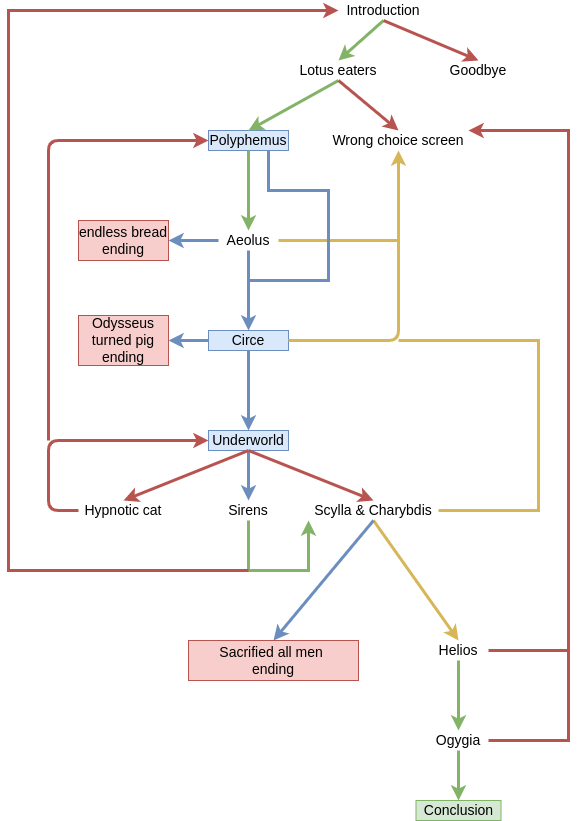
Before: Odyssey.png, a diagram exported from draw.io (dansolombrino/OdyssPy-proficient). Source tidied: cells renumbered, new cells last; positions are measured from the earlier drawing's top-left corner, leaving out a move shared by most shapes. The source it was exported from:
```xml
<mxGraphModel>
  <root>
    <mxCell id="0" />
    <mxCell id="1" parent="0" />
    <mxCell id="2" value="&lt;font style=&quot;font-size: 14px&quot;&gt;Introduction&lt;/font&gt;" style="text;html=1;strokeColor=none;fillColor=none;align=center;verticalAlign=middle;whiteSpace=wrap;rounded=0;" parent="1" vertex="1">
      <mxGeometry x="330" width="90" height="20" as="geometry" />
    </mxCell>
    <mxCell id="3" value="&lt;font style=&quot;font-size: 14px&quot;&gt;Lotus eaters&lt;/font&gt;" style="text;html=1;strokeColor=none;fillColor=none;align=center;verticalAlign=middle;whiteSpace=wrap;rounded=0;" parent="1" vertex="1">
      <mxGeometry x="290" y="60" width="80" height="20" as="geometry" />
    </mxCell>
    <mxCell id="4" style="endArrow=classic;html=1;exitX=0.5;exitY=1;exitDx=0;exitDy=0;entryX=0.5;entryY=0;entryDx=0;entryDy=0;fillColor=#d5e8d4;strokeColor=#82b366;strokeWidth=3;" parent="1" edge="1" source="2" target="3">
      <mxGeometry relative="1" as="geometry" />
    </mxCell>
    <mxCell id="5" value="&lt;font style=&quot;font-size: 14px&quot;&gt;Goodbye&lt;/font&gt;" style="text;html=1;strokeColor=none;fillColor=none;align=center;verticalAlign=middle;whiteSpace=wrap;rounded=0;" parent="1" vertex="1">
      <mxGeometry x="440" y="60" width="60" height="20" as="geometry" />
    </mxCell>
    <mxCell id="6" style="endArrow=classic;html=1;exitX=0.5;exitY=1;exitDx=0;exitDy=0;entryX=0.5;entryY=0;entryDx=0;entryDy=0;strokeWidth=3;fillColor=#f8cecc;strokeColor=#b85450;" parent="1" edge="1" source="2" target="5">
      <mxGeometry relative="1" as="geometry" />
    </mxCell>
    <mxCell id="7" value="&lt;font style=&quot;font-size: 14px&quot;&gt;Polyphemus&lt;/font&gt;" style="text;html=1;strokeColor=#6c8ebf;fillColor=#dae8fc;align=center;verticalAlign=middle;whiteSpace=wrap;rounded=0;" parent="1" vertex="1">
      <mxGeometry x="200" y="130" width="80" height="20" as="geometry" />
    </mxCell>
    <mxCell id="8" value="&lt;font style=&quot;font-size: 14px&quot;&gt;Wrong choice screen&lt;/font&gt;" style="text;html=1;strokeColor=none;fillColor=none;align=center;verticalAlign=middle;whiteSpace=wrap;rounded=0;" parent="1" vertex="1">
      <mxGeometry x="320" y="130" width="140" height="20" as="geometry" />
    </mxCell>
    <mxCell id="9" style="endArrow=classic;html=1;exitX=0.5;exitY=1;exitDx=0;exitDy=0;entryX=0.5;entryY=0;entryDx=0;entryDy=0;fillColor=#d5e8d4;strokeColor=#82b366;strokeWidth=3;" parent="1" edge="1" source="3" target="7">
      <mxGeometry relative="1" as="geometry" />
    </mxCell>
    <mxCell id="10" style="endArrow=classic;html=1;exitX=0.5;exitY=1;exitDx=0;exitDy=0;entryX=0.5;entryY=0;entryDx=0;entryDy=0;fillColor=#f8cecc;strokeColor=#b85450;strokeWidth=3;" parent="1" edge="1" source="3" target="8">
      <mxGeometry relative="1" as="geometry" />
    </mxCell>
    <mxCell id="11" value="&lt;font style=&quot;font-size: 14px&quot;&gt;Aeolus&lt;/font&gt;" style="text;html=1;strokeColor=none;fillColor=none;align=center;verticalAlign=middle;whiteSpace=wrap;rounded=0;" parent="1" vertex="1">
      <mxGeometry x="210" y="230" width="60" height="20" as="geometry" />
    </mxCell>
    <mxCell id="12" style="endArrow=classic;html=1;exitX=0.5;exitY=1;exitDx=0;exitDy=0;fillColor=#d5e8d4;strokeColor=#82b366;strokeWidth=3;" parent="1" edge="1" source="7">
      <mxGeometry relative="1" as="geometry">
        <mxPoint x="240" y="230" as="targetPoint" />
      </mxGeometry>
    </mxCell>
    <mxCell id="13" value="&lt;font style=&quot;font-size: 14px&quot;&gt;Circe&lt;/font&gt;" style="text;html=1;strokeColor=#6c8ebf;fillColor=#dae8fc;align=center;verticalAlign=middle;whiteSpace=wrap;rounded=0;" parent="1" vertex="1">
      <mxGeometry x="200" y="330" width="80" height="20" as="geometry" />
    </mxCell>
    <mxCell id="14" style="endArrow=classic;html=1;exitX=0.5;exitY=1;exitDx=0;exitDy=0;fillColor=#dae8fc;strokeColor=#6c8ebf;strokeWidth=3;" parent="1" edge="1">
      <mxGeometry relative="1" as="geometry">
        <mxPoint x="240" y="250" as="sourcePoint" />
        <mxPoint x="240" y="330" as="targetPoint" />
      </mxGeometry>
    </mxCell>
    <mxCell id="15" style="endArrow=classic;html=1;strokeWidth=3;exitX=1;exitY=0.5;exitDx=0;exitDy=0;fillColor=#fff2cc;strokeColor=#d6b656;entryX=0.5;entryY=1;entryDx=0;entryDy=0;" parent="1" edge="1" target="8">
      <mxGeometry relative="1" as="geometry">
        <mxPoint x="280" y="340" as="sourcePoint" />
        <Array as="points">
          <mxPoint x="390" y="340" />
        </Array>
      </mxGeometry>
    </mxCell>
    <mxCell id="16" value="&lt;span style=&quot;font-size: 14px&quot;&gt;Underworld&lt;/span&gt;" style="text;html=1;strokeColor=#6c8ebf;fillColor=#dae8fc;align=center;verticalAlign=middle;whiteSpace=wrap;rounded=0;" parent="1" vertex="1">
      <mxGeometry x="200" y="430" width="80" height="20" as="geometry" />
    </mxCell>
    <mxCell id="17" style="endArrow=classic;html=1;exitX=0.5;exitY=1;exitDx=0;exitDy=0;fillColor=#dae8fc;strokeColor=#6c8ebf;strokeWidth=3;" parent="1" edge="1">
      <mxGeometry relative="1" as="geometry">
        <mxPoint x="240" y="350" as="sourcePoint" />
        <mxPoint x="240" y="430" as="targetPoint" />
      </mxGeometry>
    </mxCell>
    <mxCell id="18" value="&lt;font style=&quot;font-size: 14px&quot;&gt;Sirens&lt;/font&gt;" style="text;html=1;strokeColor=none;fillColor=none;align=center;verticalAlign=middle;whiteSpace=wrap;rounded=0;" parent="1" vertex="1">
      <mxGeometry x="200" y="500" width="80" height="20" as="geometry" />
    </mxCell>
    <mxCell id="19" style="endArrow=classic;html=1;entryX=0.5;entryY=0;entryDx=0;entryDy=0;fillColor=#dae8fc;strokeColor=#6c8ebf;strokeWidth=3;exitX=0.5;exitY=1;exitDx=0;exitDy=0;" parent="1" edge="1" source="16" target="18">
      <mxGeometry relative="1" as="geometry" />
    </mxCell>
    <mxCell id="20" value="&lt;font style=&quot;font-size: 14px&quot;&gt;Hypnotic cat&lt;/font&gt;" style="text;html=1;strokeColor=none;fillColor=none;align=center;verticalAlign=middle;whiteSpace=wrap;rounded=0;" parent="1" vertex="1">
      <mxGeometry x="70" y="500" width="90" height="20" as="geometry" />
    </mxCell>
    <mxCell id="21" style="endArrow=classic;html=1;exitX=0.5;exitY=1;exitDx=0;exitDy=0;entryX=0.5;entryY=0;entryDx=0;entryDy=0;fillColor=#f8cecc;strokeColor=#b85450;strokeWidth=3;" parent="1" edge="1" target="20">
      <mxGeometry relative="1" as="geometry">
        <mxPoint x="240" y="450" as="sourcePoint" />
      </mxGeometry>
    </mxCell>
    <mxCell id="22" style="endArrow=classic;html=1;fillColor=#f8cecc;strokeColor=#b85450;strokeWidth=3;entryX=0;entryY=0.5;entryDx=0;entryDy=0;exitX=0;exitY=0.5;exitDx=0;exitDy=0;" parent="1" edge="1" source="20" target="16">
      <mxGeometry relative="1" as="geometry">
        <Array as="points">
          <mxPoint x="40" y="510" />
          <mxPoint x="40" y="440" />
        </Array>
      </mxGeometry>
    </mxCell>
    <mxCell id="23" style="endArrow=classic;html=1;strokeWidth=3;entryX=0;entryY=0.5;entryDx=0;entryDy=0;fillColor=#f8cecc;strokeColor=#b85450;" parent="1" edge="1" target="7">
      <mxGeometry relative="1" as="geometry">
        <mxPoint x="40" y="440" as="sourcePoint" />
        <Array as="points">
          <mxPoint x="40" y="140" />
          <mxPoint x="170" y="140" />
        </Array>
      </mxGeometry>
    </mxCell>
    <mxCell id="24" value="&lt;font style=&quot;font-size: 14px&quot;&gt;Scylla &amp;amp; Charybdis&lt;/font&gt;" style="text;html=1;strokeColor=none;fillColor=none;align=center;verticalAlign=middle;whiteSpace=wrap;rounded=0;" parent="1" vertex="1">
      <mxGeometry x="300" y="500" width="130" height="20" as="geometry" />
    </mxCell>
    <mxCell id="25" style="endArrow=classic;html=1;entryX=0.5;entryY=0;entryDx=0;entryDy=0;fillColor=#f8cecc;strokeColor=#b85450;strokeWidth=3;exitX=0.5;exitY=1;exitDx=0;exitDy=0;" parent="1" edge="1" source="16" target="24">
      <mxGeometry relative="1" as="geometry" />
    </mxCell>
    <mxCell id="26" style="endArrow=classic;html=1;rounded=0;exitX=0.5;exitY=1;exitDx=0;exitDy=0;fillColor=#d5e8d4;strokeColor=#82b366;strokeWidth=3;entryX=0;entryY=1;entryDx=0;entryDy=0;" parent="1" edge="1" source="18" target="24">
      <mxGeometry relative="1" as="geometry">
        <Array as="points">
          <mxPoint x="240" y="570" />
          <mxPoint x="300" y="570" />
        </Array>
      </mxGeometry>
    </mxCell>
    <mxCell id="27" style="endArrow=classic;html=1;rounded=0;strokeWidth=3;entryX=0;entryY=0.5;entryDx=0;entryDy=0;fillColor=#f8cecc;strokeColor=#b85450;" parent="1" edge="1" target="2">
      <mxGeometry relative="1" as="geometry">
        <mxPoint x="240" y="570" as="sourcePoint" />
        <Array as="points">
          <mxPoint y="570" />
          <mxPoint y="10" />
        </Array>
      </mxGeometry>
    </mxCell>
    <mxCell id="28" value="&lt;font style=&quot;font-size: 14px&quot;&gt;Helios&lt;/font&gt;" style="text;html=1;strokeColor=none;fillColor=none;align=center;verticalAlign=middle;whiteSpace=wrap;rounded=0;" parent="1" vertex="1">
      <mxGeometry x="420" y="640" width="60" height="20" as="geometry" />
    </mxCell>
    <mxCell id="29" style="endArrow=classic;html=1;rounded=0;strokeWidth=3;exitX=0.5;exitY=1;exitDx=0;exitDy=0;entryX=0.5;entryY=0;entryDx=0;entryDy=0;fillColor=#fff2cc;strokeColor=#d6b656;" parent="1" edge="1" source="24" target="28">
      <mxGeometry relative="1" as="geometry" />
    </mxCell>
    <mxCell id="30" style="endArrow=classic;html=1;rounded=0;strokeWidth=3;fillColor=#dae8fc;strokeColor=#6c8ebf;exitX=0.5;exitY=1;exitDx=0;exitDy=0;entryX=0.5;entryY=0;entryDx=0;entryDy=0;" parent="1" edge="1" source="24" target="36">
      <mxGeometry relative="1" as="geometry" />
    </mxCell>
    <mxCell id="31" value="&lt;font style=&quot;font-size: 14px&quot;&gt;Ogygia&lt;/font&gt;" style="text;html=1;strokeColor=none;fillColor=none;align=center;verticalAlign=middle;whiteSpace=wrap;rounded=0;" parent="1" vertex="1">
      <mxGeometry x="420" y="730" width="60" height="20" as="geometry" />
    </mxCell>
    <mxCell id="32" style="endArrow=classic;html=1;rounded=0;strokeWidth=3;exitX=0.5;exitY=1;exitDx=0;exitDy=0;entryX=0.5;entryY=0;entryDx=0;entryDy=0;fillColor=#d5e8d4;strokeColor=#82b366;" parent="1" edge="1" source="28" target="31">
      <mxGeometry relative="1" as="geometry" />
    </mxCell>
    <mxCell id="33" style="endArrow=classic;html=1;rounded=0;strokeWidth=3;exitX=1;exitY=0.5;exitDx=0;exitDy=0;entryX=1;entryY=0;entryDx=0;entryDy=0;fillColor=#f8cecc;strokeColor=#b85450;" parent="1" edge="1" source="31" target="8">
      <mxGeometry relative="1" as="geometry">
        <Array as="points">
          <mxPoint x="560" y="740" />
          <mxPoint x="560" y="130" />
        </Array>
      </mxGeometry>
    </mxCell>
    <mxCell id="34" value="&lt;font style=&quot;font-size: 14px&quot;&gt;Conclusion&lt;/font&gt;" style="text;html=1;strokeColor=#82b366;fillColor=#d5e8d4;align=center;verticalAlign=middle;whiteSpace=wrap;rounded=0;" parent="1" vertex="1">
      <mxGeometry x="407.5" y="800" width="85" height="20" as="geometry" />
    </mxCell>
    <mxCell id="35" style="endArrow=classic;html=1;rounded=0;strokeWidth=3;exitX=0.5;exitY=1;exitDx=0;exitDy=0;fillColor=#d5e8d4;strokeColor=#82b366;entryX=0.5;entryY=0;entryDx=0;entryDy=0;" parent="1" edge="1" source="31" target="34">
      <mxGeometry relative="1" as="geometry" />
    </mxCell>
    <mxCell id="36" value="&lt;font style=&quot;font-size: 14px&quot;&gt;Sacrified all men &lt;br&gt;ending&lt;/font&gt;" style="text;html=1;strokeColor=#b85450;fillColor=#f8cecc;align=center;verticalAlign=middle;whiteSpace=wrap;rounded=0;" parent="1" vertex="1">
      <mxGeometry x="180" y="640" width="170" height="40" as="geometry" />
    </mxCell>
    <mxCell id="37" value="&lt;font style=&quot;font-size: 14px&quot;&gt;endless bread&lt;br&gt;ending&lt;/font&gt;" style="text;html=1;strokeColor=#b85450;fillColor=#f8cecc;align=center;verticalAlign=middle;whiteSpace=wrap;rounded=0;" parent="1" vertex="1">
      <mxGeometry x="70" y="220" width="90" height="40" as="geometry" />
    </mxCell>
    <mxCell id="38" style="endArrow=classic;html=1;rounded=0;strokeWidth=3;entryX=1;entryY=0.5;entryDx=0;entryDy=0;exitX=0;exitY=0.5;exitDx=0;exitDy=0;fillColor=#dae8fc;strokeColor=#6c8ebf;" parent="1" edge="1" source="11" target="37">
      <mxGeometry relative="1" as="geometry" />
    </mxCell>
    <mxCell id="39" style="endArrow=none;html=1;rounded=0;strokeWidth=3;exitX=1;exitY=0.5;exitDx=0;exitDy=0;fillColor=#f8cecc;strokeColor=#b85450;" parent="1" edge="1" source="28">
      <mxGeometry relative="1" as="geometry">
        <mxPoint x="560" y="650" as="targetPoint" />
      </mxGeometry>
    </mxCell>
    <mxCell id="40" style="endArrow=none;html=1;rounded=0;strokeWidth=3;entryX=1;entryY=0.5;entryDx=0;entryDy=0;fillColor=#fff2cc;strokeColor=#d6b656;" parent="1" edge="1" target="24">
      <mxGeometry relative="1" as="geometry">
        <mxPoint x="390" y="340" as="sourcePoint" />
        <Array as="points">
          <mxPoint x="530" y="340" />
          <mxPoint x="530" y="510" />
        </Array>
      </mxGeometry>
    </mxCell>
    <mxCell id="41" style="endArrow=none;html=1;rounded=0;strokeWidth=3;exitX=1;exitY=0.5;exitDx=0;exitDy=0;fillColor=#fff2cc;strokeColor=#d6b656;" parent="1" edge="1" source="11">
      <mxGeometry relative="1" as="geometry">
        <mxPoint x="390" y="240" as="targetPoint" />
      </mxGeometry>
    </mxCell>
    <mxCell id="42" value="&lt;font style=&quot;font-size: 14px&quot;&gt;Odysseus&lt;br&gt;turned pig&lt;br&gt;ending&lt;/font&gt;" style="text;html=1;strokeColor=#b85450;fillColor=#f8cecc;align=center;verticalAlign=middle;whiteSpace=wrap;rounded=0;" parent="1" vertex="1">
      <mxGeometry x="70" y="315" width="90" height="50" as="geometry" />
    </mxCell>
    <mxCell id="43" style="endArrow=classic;html=1;rounded=0;strokeWidth=3;entryX=1;entryY=0.5;entryDx=0;entryDy=0;exitX=0;exitY=0.5;exitDx=0;exitDy=0;fillColor=#dae8fc;strokeColor=#6c8ebf;" parent="1" edge="1" source="13" target="42">
      <mxGeometry relative="1" as="geometry" />
    </mxCell>
    <mxCell id="44" style="endArrow=none;html=1;rounded=0;strokeWidth=3;exitX=0.75;exitY=1;exitDx=0;exitDy=0;fillColor=#dae8fc;strokeColor=#6c8ebf;" parent="1" edge="1" source="7">
      <mxGeometry relative="1" as="geometry">
        <mxPoint x="240" y="280" as="targetPoint" />
        <Array as="points">
          <mxPoint x="260" y="190" />
          <mxPoint x="320" y="190" />
          <mxPoint x="320" y="280" />
          <mxPoint x="260" y="280" />
        </Array>
      </mxGeometry>
    </mxCell>
  </root>
</mxGraphModel>
```
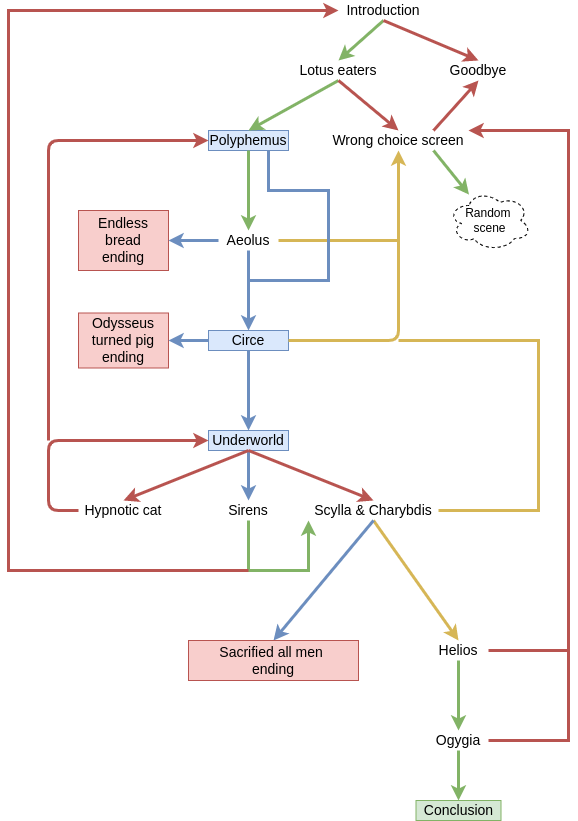
After the commit.

Commit message:
update project report and flowchart

Diff of the diagram source:
```diff
@@ -149,8 +149,8 @@
     <mxCell id="36" value="&lt;font style=&quot;font-size: 14px&quot;&gt;Sacrified all men &lt;br&gt;ending&lt;/font&gt;" style="text;html=1;strokeColor=#b85450;fillColor=#f8cecc;align=center;verticalAlign=middle;whiteSpace=wrap;rounded=0;" parent="1" vertex="1">
       <mxGeometry x="180" y="640" width="170" height="40" as="geometry" />
     </mxCell>
-    <mxCell id="37" value="&lt;font style=&quot;font-size: 14px&quot;&gt;endless bread&lt;br&gt;ending&lt;/font&gt;" style="text;html=1;strokeColor=#b85450;fillColor=#f8cecc;align=center;verticalAlign=middle;whiteSpace=wrap;rounded=0;" parent="1" vertex="1">
-      <mxGeometry x="70" y="220" width="90" height="40" as="geometry" />
+    <mxCell id="37" value="&lt;font style=&quot;font-size: 14px&quot;&gt;Endless bread&lt;br&gt;ending&lt;/font&gt;" style="text;html=1;strokeColor=#b85450;fillColor=#f8cecc;align=center;verticalAlign=middle;whiteSpace=wrap;rounded=0;" parent="1" vertex="1">
+      <mxGeometry x="70" y="210" width="90" height="60" as="geometry" />
     </mxCell>
     <mxCell id="38" style="endArrow=classic;html=1;rounded=0;strokeWidth=3;entryX=1;entryY=0.5;entryDx=0;entryDy=0;exitX=0;exitY=0.5;exitDx=0;exitDy=0;fillColor=#dae8fc;strokeColor=#6c8ebf;" parent="1" edge="1" source="11" target="37">
       <mxGeometry relative="1" as="geometry" />
@@ -175,7 +175,7 @@
       </mxGeometry>
     </mxCell>
     <mxCell id="42" value="&lt;font style=&quot;font-size: 14px&quot;&gt;Odysseus&lt;br&gt;turned pig&lt;br&gt;ending&lt;/font&gt;" style="text;html=1;strokeColor=#b85450;fillColor=#f8cecc;align=center;verticalAlign=middle;whiteSpace=wrap;rounded=0;" parent="1" vertex="1">
-      <mxGeometry x="70" y="315" width="90" height="50" as="geometry" />
+      <mxGeometry x="70" y="312.5" width="90" height="55" as="geometry" />
     </mxCell>
     <mxCell id="43" style="endArrow=classic;html=1;rounded=0;strokeWidth=3;entryX=1;entryY=0.5;entryDx=0;entryDy=0;exitX=0;exitY=0.5;exitDx=0;exitDy=0;fillColor=#dae8fc;strokeColor=#6c8ebf;" parent="1" edge="1" source="13" target="42">
       <mxGeometry relative="1" as="geometry" />
@@ -191,5 +191,14 @@
         </Array>
       </mxGeometry>
     </mxCell>
+    <mxCell id="45" style="endArrow=classic;html=1;rounded=0;exitX=0.75;exitY=0;exitDx=0;exitDy=0;entryX=0.5;entryY=1;entryDx=0;entryDy=0;fillColor=#f8cecc;strokeColor=#b85450;strokeWidth=3;" parent="1" edge="1" source="8" target="5">
+      <mxGeometry relative="1" as="geometry" />
+    </mxCell>
+    <mxCell id="46" value="Random &lt;br&gt;scene" style="ellipse;shape=cloud;whiteSpace=wrap;html=1;fillColor=none;dashed=1;shadow=0;" parent="1" vertex="1">
+      <mxGeometry x="440" y="190" width="82.5" height="60" as="geometry" />
+    </mxCell>
+    <mxCell id="47" style="endArrow=classic;html=1;rounded=0;strokeWidth=3;exitX=0.75;exitY=1;exitDx=0;exitDy=0;fillColor=#d5e8d4;strokeColor=#82b366;" parent="1" edge="1" source="8" target="46">
+      <mxGeometry relative="1" as="geometry" />
+    </mxCell>
   </root>
 </mxGraphModel>
```
